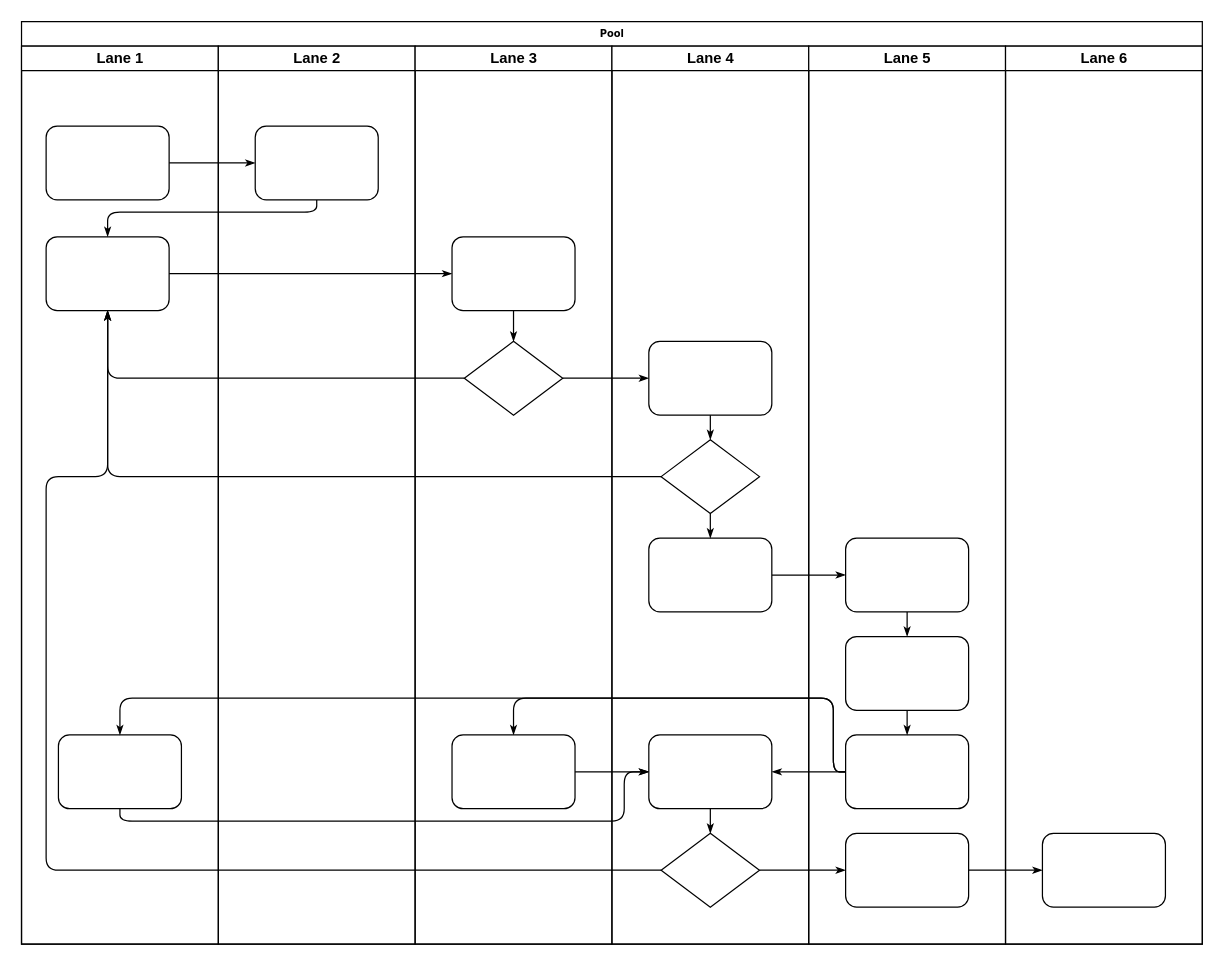
zhifanhe2/gitskill keeps this draw.io diagram as Untitled Diagram.drawio. Above is the earlier version. Source tidied: cells renumbered, new cells numbered last; positions are measured from the earlier drawing's top-left corner, leaving out a move shared by most shapes. Both pictures are drawn from the tidied source at 123%, with x=0, y=0 at pixel (21, 21).
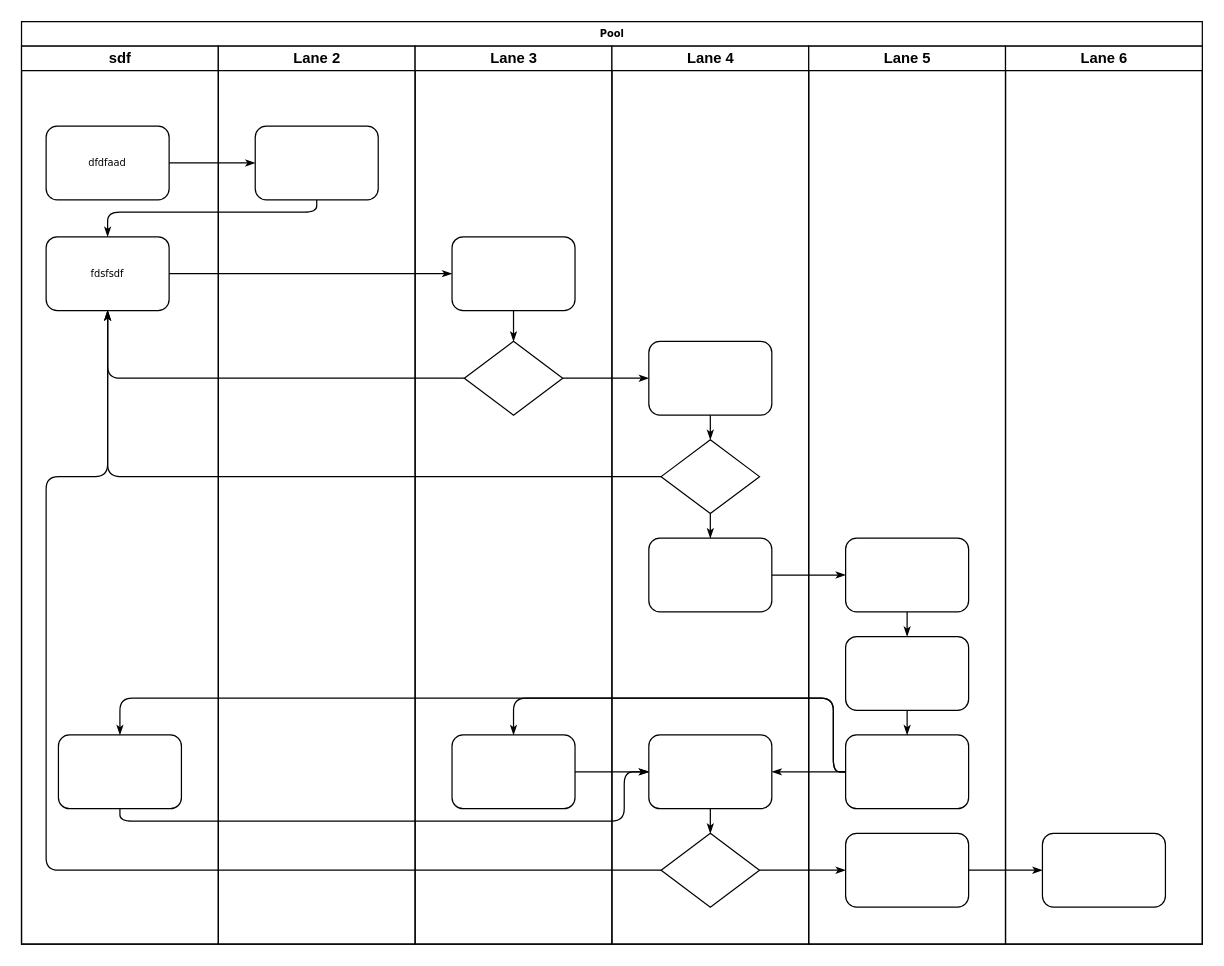
Above is the later version.

The change refers to these unchanged cells:
```xml
<mxCell id="2" value="Pool" style="swimlane;html=1;startSize=20;rounded=0;shadow=0;labelBackgroundColor=none;strokeWidth=1;fontFamily=Verdana;fontSize=8;align=center;" parent="1" vertex="1">
  <mxGeometry width="960" height="750" as="geometry" />
</mxCell>
```

The edit, as a diff of the source:
```diff
@@
-    <mxCell id="3" value="Lane 1" style="swimlane;html=1;startSize=20;" parent="2" vertex="1">
+    <mxCell id="3" value="sdf" style="swimlane;html=1;startSize=20;" parent="2" vertex="1">
       <mxGeometry y="20" width="160" height="730" as="geometry" />
     </mxCell>
-    <mxCell id="4" style="rounded=1;whiteSpace=wrap;html=1;shadow=0;labelBackgroundColor=none;strokeWidth=1;fontFamily=Verdana;fontSize=8;align=center;" parent="3" vertex="1">
+    <mxCell id="4" value="dfdfaad" style="rounded=1;whiteSpace=wrap;html=1;shadow=0;labelBackgroundColor=none;strokeWidth=1;fontFamily=Verdana;fontSize=8;align=center;" parent="3" vertex="1">
       <mxGeometry x="20" y="65" width="100" height="60" as="geometry" />
     </mxCell>
-    <mxCell id="5" style="rounded=1;whiteSpace=wrap;html=1;shadow=0;labelBackgroundColor=none;strokeWidth=1;fontFamily=Verdana;fontSize=8;align=center;" parent="3" vertex="1">
+    <mxCell id="5" value="fdsfsdf" style="rounded=1;whiteSpace=wrap;html=1;shadow=0;labelBackgroundColor=none;strokeWidth=1;fontFamily=Verdana;fontSize=8;align=center;" parent="3" vertex="1">
       <mxGeometry x="20" y="155" width="100" height="60" as="geometry" />
     </mxCell>
```
